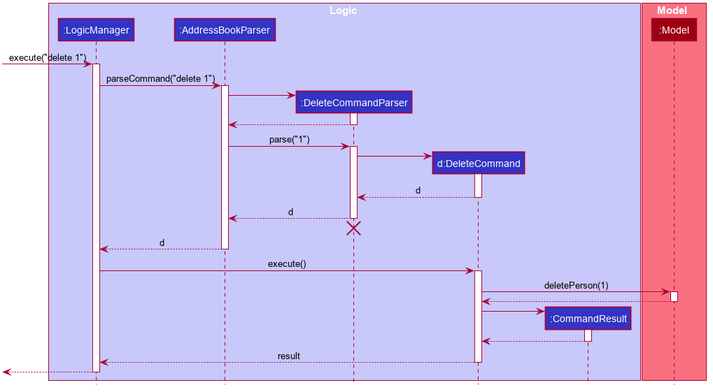
Before: docs/images/DeleteSequenceDiagram.png, a diagram exported from PlantUML (nus-cs2103-AY1920S2/addressbook-level3).
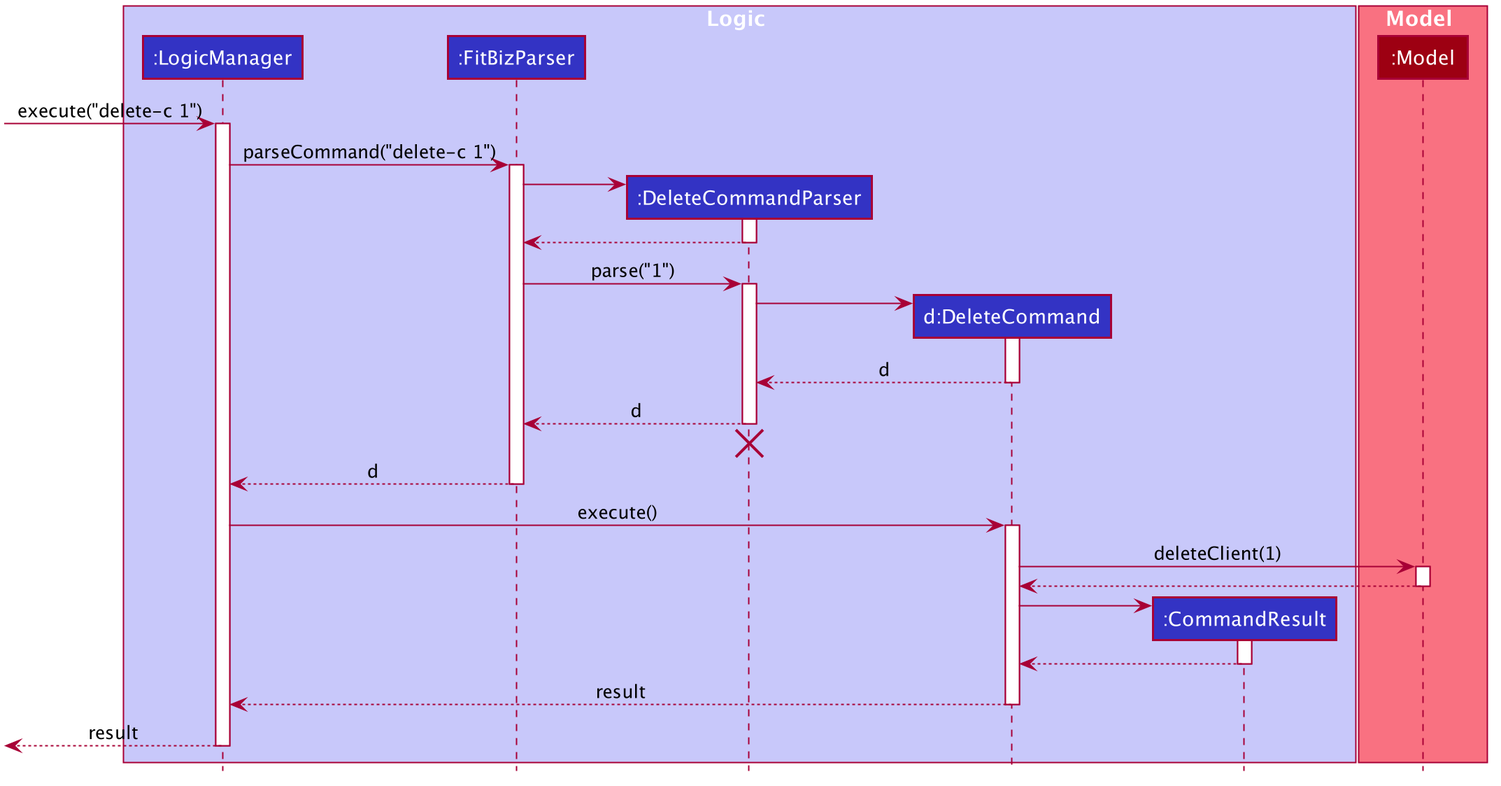
Later version of the same file.

What changed in the source:
```diff
@@ -50,7 +50,7 @@
 
 box Logic #C8C8FA
 participant ":LogicManager" as LogicManager #3333C4
-participant ":AddressBookParser" as AddressBookParser #3333C4
+participant ":FitBizParser" as FitBizParser #3333C4
 participant ":DeleteCommandParser" as DeleteCommandParser #3333C4
 participant "d:DeleteCommand" as DeleteCommand #3333C4
 participant ":CommandResult" as CommandResult #3333C4
@@ -60,20 +60,20 @@
 participant ":Model" as Model #9D0012
 end box
 
-[-> LogicManager : execute("delete 1")
+[-> LogicManager : execute("delete-c 1")
 activate LogicManager
 
-LogicManager -> AddressBookParser : parseCommand("delete 1")
-activate AddressBookParser
+LogicManager -> FitBizParser : parseCommand("delete-c 1")
+activate FitBizParser
 
 create DeleteCommandParser
-AddressBookParser -> DeleteCommandParser
+FitBizParser -> DeleteCommandParser
 activate DeleteCommandParser
 
-DeleteCommandParser --> AddressBookParser
+DeleteCommandParser --> FitBizParser
 deactivate DeleteCommandParser
 
-AddressBookParser -> DeleteCommandParser : parse("1")
+FitBizParser -> DeleteCommandParser : parse("1")
 activate DeleteCommandParser
 
 create DeleteCommand
@@ -83,18 +83,18 @@
 DeleteCommand --> DeleteCommandParser : d
 deactivate DeleteCommand
 
-DeleteCommandParser --> AddressBookParser : d
+DeleteCommandParser --> FitBizParser : d
 deactivate DeleteCommandParser
-DeleteCommandParser -[hidden]-> AddressBookParser
+DeleteCommandParser -[hidden]-> FitBizParser
 destroy DeleteCommandParser
 
-AddressBookParser --> LogicManager : d
-deactivate AddressBookParser
+FitBizParser --> LogicManager : d
+deactivate FitBizParser
 
 LogicManager -> DeleteCommand : execute()
 activate DeleteCommand
 
-DeleteCommand -> Model : deletePerson(1)
+DeleteCommand -> Model : deleteClient(1)
 activate Model
 
 Model --> DeleteCommand
@@ -110,6 +110,6 @@
 DeleteCommand --> LogicManager : result
 deactivate DeleteCommand
 
-[<--LogicManager
+[<--LogicManager : result
 deactivate LogicManager
 @enduml
```
